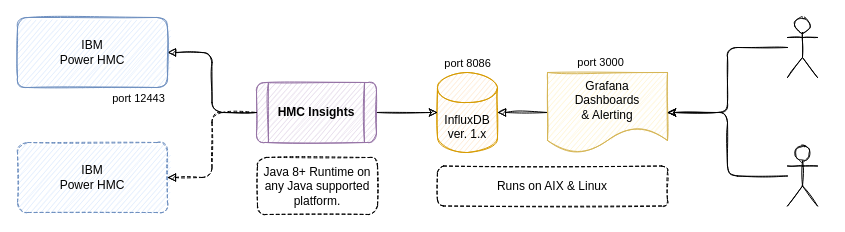
This is doc/HMCi.drawio from mnellemann/hmci, a draw.io file, before an edit. Source tidied: cells renumbered, new cells numbered last; positions are measured from the earlier drawing's top-left corner, leaving out a move shared by most shapes. Both pictures are drawn from the tidied source at 100%, with x=0, y=0 at pixel (17, 17).
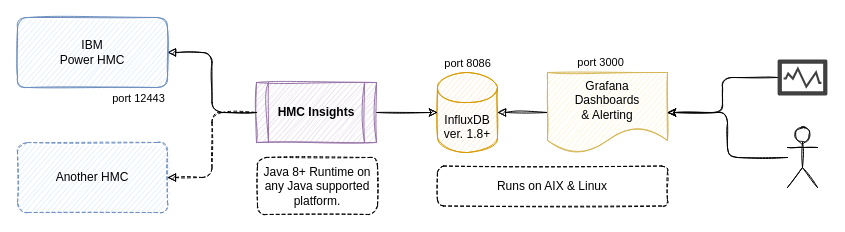
After the change.

The change refers to these unchanged cells:
```xml
<mxCell id="6" value="&lt;div&gt;Grafana&lt;/div&gt;&lt;div&gt;Dashboards&lt;/div&gt;&lt;div&gt;&amp;amp; Alerting&lt;br&gt;&lt;/div&gt;" style="shape=document;whiteSpace=wrap;html=1;boundedLbl=1;fillColor=#fff2cc;strokeColor=#d6b656;sketch=1;" parent="1" vertex="1">
  <mxGeometry x="530" y="55" width="120" height="80" as="geometry" />
</mxCell>
```

The edit, as a diff of the source:
```diff
@@
-    <mxCell id="3" value="&lt;br&gt;&lt;br&gt;InfluxDB&lt;br&gt;ver. 1.x" style="shape=cylinder2;whiteSpace=wrap;html=1;boundedLbl=1;backgroundOutline=1;size=15;fillColor=#ffe6cc;strokeColor=#d79b00;sketch=1;" parent="1" vertex="1">
+    <mxCell id="3" value="&lt;br&gt;&lt;br&gt;InfluxDB&lt;br&gt;ver. 1.8+" style="shape=cylinder2;whiteSpace=wrap;html=1;boundedLbl=1;backgroundOutline=1;size=15;fillColor=#ffe6cc;strokeColor=#d79b00;sketch=1;" parent="1" vertex="1">
       <mxGeometry x="420" y="55" width="60" height="80" as="geometry" />
     </mxCell>
@@
-    <mxCell id="5" value="&lt;div&gt;&lt;b&gt;HMC Insights&lt;/b&gt;&lt;/div&gt;" style="shape=process;whiteSpace=wrap;html=1;backgroundOutline=1;fillColor=#e1d5e7;strokeColor=#9673a6;sketch=1;shadow=0;glass=0;rounded=1;" parent="1" vertex="1">
+    <mxCell id="5" value="&lt;div&gt;&lt;b&gt;HMC Insights&lt;/b&gt;&lt;/div&gt;" style="shape=process;whiteSpace=wrap;html=1;backgroundOutline=1;fillColor=#e1d5e7;strokeColor=#9673a6;shadow=0;glass=0;rounded=0;gradientColor=none;sketch=1;curveFitting=1;jiggle=2;labelBackgroundColor=none;labelBorderColor=none;" parent="1" vertex="1">
       <mxGeometry x="239" y="65" width="120" height="60" as="geometry" />
     </mxCell>
@@
-    <mxCell id="11" value="&lt;div&gt;IBM&lt;/div&gt;&lt;div&gt;Power HMC&lt;/div&gt;" style="rounded=1;whiteSpace=wrap;html=1;strokeColor=#6c8ebf;dashed=1;fillColor=#dae8fc;sketch=1;" parent="1" vertex="1">
+    <mxCell id="11" value="&lt;div&gt;Another HMC&lt;/div&gt;" style="rounded=1;whiteSpace=wrap;html=1;strokeColor=#6c8ebf;dashed=1;fillColor=#dae8fc;sketch=1;" parent="1" vertex="1">
       <mxGeometry y="125" width="150" height="70" as="geometry" />
     </mxCell>
@@
     <mxCell id="17" style="shape=umlActor;verticalLabelPosition=bottom;verticalAlign=top;html=1;outlineConnect=0;sketch=1;" parent="1" vertex="1">
-      <mxGeometry x="770" y="128.5" width="30" height="60" as="geometry" />
+      <mxGeometry x="770" y="110" width="30" height="60" as="geometry" />
     </mxCell>
-    <mxCell id="18" style="edgeStyle=orthogonalEdgeStyle;rounded=1;jettySize=auto;html=1;sketch=1;" parent="1" edge="1" source="19" target="6">
+    <mxCell id="18" style="edgeStyle=orthogonalEdgeStyle;rounded=1;jettySize=auto;html=1;sketch=1;exitX=0;exitY=0.5;exitDx=0;exitDy=0;exitPerimeter=0;" parent="1" edge="1" source="20" target="6">
       <mxGeometry relative="1" as="geometry" />
     </mxCell>
-    <mxCell id="19" style="shape=umlActor;verticalLabelPosition=bottom;verticalAlign=top;html=1;outlineConnect=0;sketch=1;" parent="1" vertex="1">
-      <mxGeometry x="770" width="30" height="60" as="geometry" />
-    </mxCell>
+    <mxCell id="20" style="shadow=0;dashed=1;html=1;strokeColor=none;labelPosition=center;verticalLabelPosition=bottom;verticalAlign=top;align=center;fillColor=#000000;shape=mxgraph.mscae.enterprise.performance_monitor;gradientColor=none;strokeWidth=1;opacity=75;" parent="1" vertex="1">
+      <mxGeometry x="760" y="42" width="50" height="36" as="geometry" />
+    </mxCell>
```
